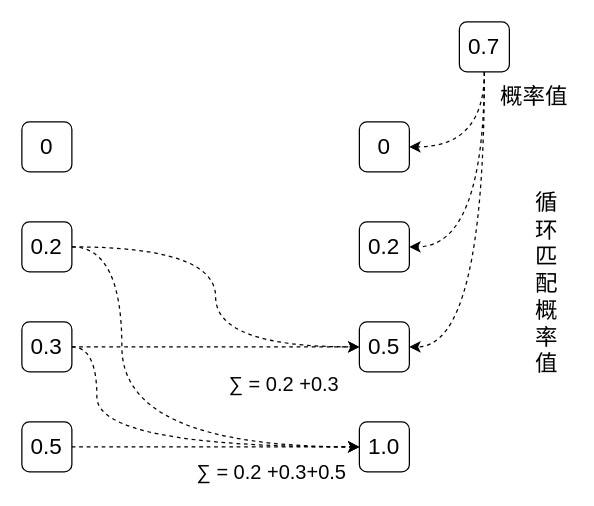
This is page "第 2 页" (2 of 2) of docs/笔记/项目笔记/Lottery/流程图/具体抽奖算法.drawio from HappyBinbin/HappyBinbin.github.io, a draw.io file, before an edit. Source tidied: cells renumbered, new cells numbered last; positions are measured from the earlier drawing's top-left corner, leaving out a move shared by most shapes. Both pictures are drawn from the tidied source at 125%, with x=0, y=0 at pixel (21, 21).
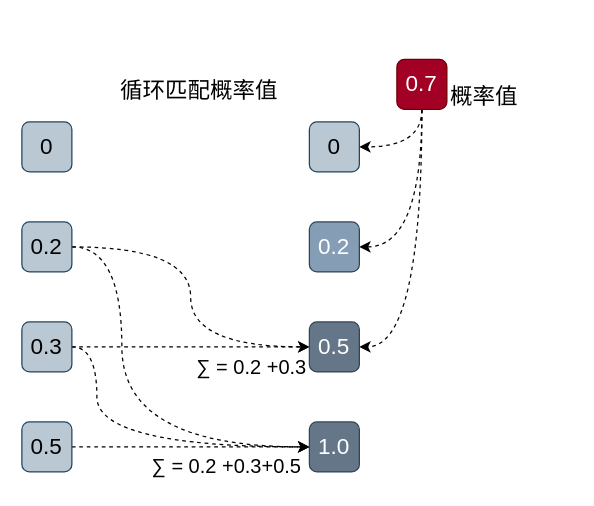
Above is the later version.

Change to the diagram source:
```diff
@@
-    <mxCell id="2" value="&lt;font style=&quot;font-size: 18px&quot;&gt;0&lt;/font&gt;" style="rounded=1;whiteSpace=wrap;html=1;" parent="1" vertex="1">
+    <mxCell id="2" value="&lt;font style=&quot;font-size: 18px&quot;&gt;0&lt;/font&gt;" style="rounded=1;whiteSpace=wrap;html=1;fillColor=#bac8d3;strokeColor=#23445d;" parent="1" vertex="1">
       <mxGeometry y="80" width="40" height="40" as="geometry" />
     </mxCell>
@@
-    <mxCell id="5" value="&lt;font style=&quot;font-size: 18px&quot;&gt;0.2&lt;/font&gt;" style="rounded=1;whiteSpace=wrap;html=1;" parent="1" vertex="1">
+    <mxCell id="5" value="&lt;font style=&quot;font-size: 18px&quot;&gt;0.2&lt;/font&gt;" style="rounded=1;whiteSpace=wrap;html=1;fillColor=#bac8d3;strokeColor=#23445d;" parent="1" vertex="1">
       <mxGeometry y="160" width="40" height="40" as="geometry" />
     </mxCell>
@@
-    <mxCell id="8" value="&lt;font style=&quot;font-size: 18px&quot;&gt;0.3&lt;/font&gt;" style="rounded=1;whiteSpace=wrap;html=1;" parent="1" vertex="1">
+    <mxCell id="8" value="&lt;font style=&quot;font-size: 18px&quot;&gt;0.3&lt;/font&gt;" style="rounded=1;whiteSpace=wrap;html=1;fillColor=#bac8d3;strokeColor=#23445d;" parent="1" vertex="1">
       <mxGeometry y="240" width="40" height="40" as="geometry" />
     </mxCell>
@@
-    <mxCell id="10" value="&lt;font style=&quot;font-size: 18px&quot;&gt;0.5&lt;/font&gt;" style="rounded=1;whiteSpace=wrap;html=1;" parent="1" vertex="1">
+    <mxCell id="10" value="&lt;font style=&quot;font-size: 18px&quot;&gt;0.5&lt;/font&gt;" style="rounded=1;whiteSpace=wrap;html=1;fillColor=#bac8d3;strokeColor=#23445d;" parent="1" vertex="1">
       <mxGeometry y="320" width="40" height="40" as="geometry" />
     </mxCell>
-    <mxCell id="11" value="&lt;font style=&quot;font-size: 18px&quot;&gt;0&lt;/font&gt;" style="rounded=1;whiteSpace=wrap;html=1;" parent="1" vertex="1">
-      <mxGeometry x="270" y="80" width="40" height="40" as="geometry" />
+    <mxCell id="11" value="&lt;font style=&quot;font-size: 18px&quot;&gt;0&lt;/font&gt;" style="rounded=1;whiteSpace=wrap;html=1;fillColor=#bac8d3;strokeColor=#23445d;" parent="1" vertex="1">
+      <mxGeometry x="230" y="80" width="40" height="40" as="geometry" />
     </mxCell>
-    <mxCell id="12" value="&lt;font style=&quot;font-size: 18px&quot;&gt;0.2&lt;/font&gt;" style="rounded=1;whiteSpace=wrap;html=1;" parent="1" vertex="1">
-      <mxGeometry x="270" y="160" width="40" height="40" as="geometry" />
+    <mxCell id="12" value="&lt;font style=&quot;font-size: 18px&quot;&gt;0.2&lt;/font&gt;" style="rounded=1;whiteSpace=wrap;html=1;strokeColor=#314354;fontColor=#ffffff;fillColor=#869EB5;" parent="1" vertex="1">
+      <mxGeometry x="230" y="160" width="40" height="40" as="geometry" />
     </mxCell>
-    <mxCell id="13" value="&lt;font style=&quot;font-size: 18px&quot;&gt;0.5&lt;/font&gt;" style="rounded=1;whiteSpace=wrap;html=1;" parent="1" vertex="1">
-      <mxGeometry x="270" y="240" width="40" height="40" as="geometry" />
+    <mxCell id="13" value="&lt;font style=&quot;font-size: 18px&quot;&gt;0.5&lt;/font&gt;" style="rounded=1;whiteSpace=wrap;html=1;strokeColor=#314354;fillColor=#647687;fontColor=#ffffff;" parent="1" vertex="1">
+      <mxGeometry x="230" y="240" width="40" height="40" as="geometry" />
     </mxCell>
-    <mxCell id="14" value="&lt;font style=&quot;font-size: 18px&quot;&gt;1.0&lt;/font&gt;" style="rounded=1;whiteSpace=wrap;html=1;" parent="1" vertex="1">
-      <mxGeometry x="270" y="320" width="40" height="40" as="geometry" />
+    <mxCell id="14" value="&lt;font style=&quot;font-size: 18px&quot;&gt;1.0&lt;/font&gt;" style="rounded=1;whiteSpace=wrap;html=1;fillColor=#647687;strokeColor=#314354;fontColor=#ffffff;" parent="1" vertex="1">
+      <mxGeometry x="230" y="320" width="40" height="40" as="geometry" />
     </mxCell>
@@
-    <mxCell id="18" value="&lt;font style=&quot;font-size: 18px&quot;&gt;0.7&lt;/font&gt;" style="rounded=1;whiteSpace=wrap;html=1;" parent="1" vertex="1">
-      <mxGeometry x="350" width="40" height="40" as="geometry" />
+    <mxCell id="18" value="&lt;font style=&quot;font-size: 18px&quot;&gt;0.7&lt;/font&gt;" style="rounded=1;whiteSpace=wrap;html=1;strokeColor=#6F0000;fontColor=#ffffff;fillColor=#a20025;" parent="1" vertex="1">
+      <mxGeometry x="300" y="30" width="40" height="40" as="geometry" />
     </mxCell>
     <mxCell id="19" value="&lt;font style=&quot;font-size: 16px&quot;&gt;∑ = 0.2 +0.3+0.5&lt;/font&gt;" style="text;html=1;align=center;verticalAlign=middle;whiteSpace=wrap;rounded=0;fontSize=16;" parent="1" vertex="1">
-      <mxGeometry x="100" y="350" width="200" height="20" as="geometry" />
+      <mxGeometry x="64" y="345" width="200" height="20" as="geometry" />
     </mxCell>
     <mxCell id="20" value="&lt;font style=&quot;font-size: 16px&quot;&gt;∑ = 0.2 +0.3&lt;/font&gt;" style="text;html=1;align=center;verticalAlign=middle;whiteSpace=wrap;rounded=0;fontSize=16;" parent="1" vertex="1">
-      <mxGeometry x="140" y="280" width="140" height="20" as="geometry" />
+      <mxGeometry x="114" y="266" width="140" height="20" as="geometry" />
     </mxCell>
     <mxCell id="21" value="&lt;font style=&quot;font-size: 18px&quot;&gt;循环匹配概率值&lt;/font&gt;" style="text;html=1;strokeColor=none;fillColor=none;align=center;verticalAlign=middle;whiteSpace=wrap;rounded=0;" parent="1" vertex="1">
-      <mxGeometry x="410" y="120" width="20" height="180" as="geometry" />
+      <mxGeometry x="54" y="40" width="176" height="30" as="geometry" />
     </mxCell>
     <mxCell id="22" value="&lt;font style=&quot;font-size: 18px&quot;&gt;概率值&lt;/font&gt;" style="text;html=1;strokeColor=none;fillColor=none;align=center;verticalAlign=middle;whiteSpace=wrap;rounded=0;" parent="1" vertex="1">
-      <mxGeometry x="380" y="50" width="60" height="20" as="geometry" />
+      <mxGeometry x="340" y="50" width="60" height="20" as="geometry" />
     </mxCell>
```
